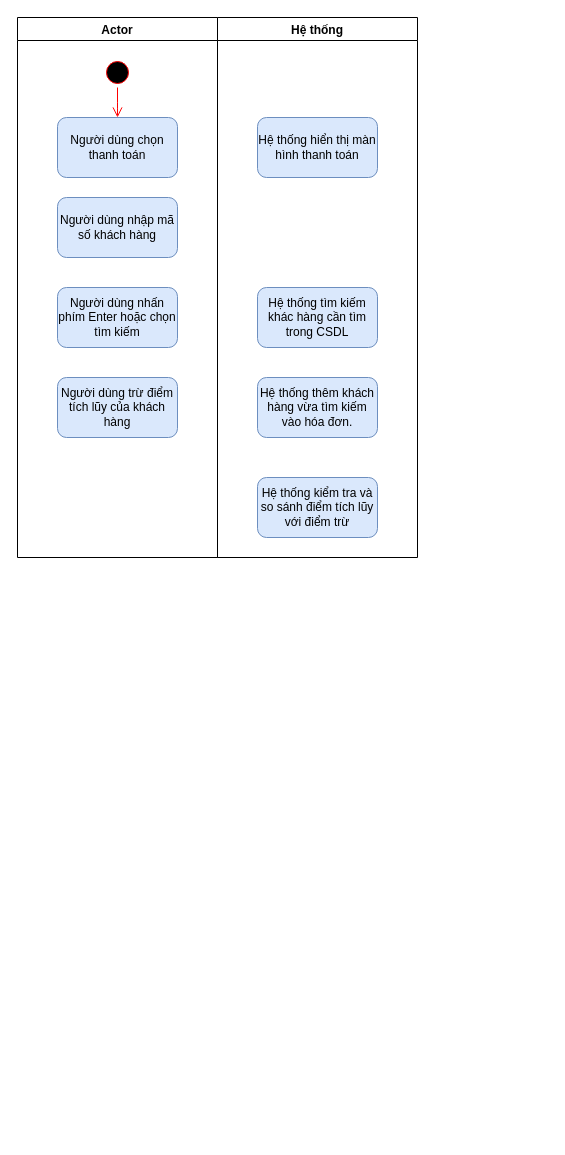
The draw.io diagram phamarcy_activity_UC015.drawio in duchoan6814/Truong-Duc-Hoan, before the edit. Source tidied: cells renumbered, new cells numbered last; positions are measured from the earlier drawing's top-left corner, leaving out a move shared by most shapes. Both pictures are drawn from the tidied source at 100%, with x=0, y=0 at pixel (17, 17).
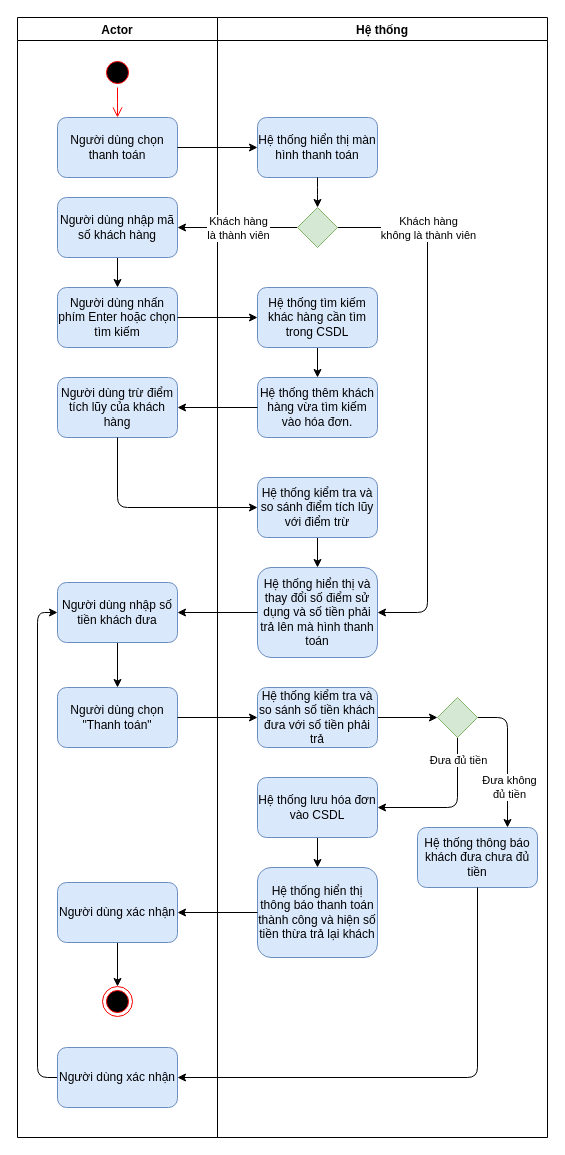
The same page after the edit.

The change refers to these unchanged cells:
```xml
<mxCell id="5" value="Người dùng chọn thanh toán" style="rounded=1;whiteSpace=wrap;html=1;fillColor=#dae8fc;strokeColor=#6c8ebf;" parent="2" vertex="1">
  <mxGeometry x="40" y="100" width="120" height="60" as="geometry" />
</mxCell>
<mxCell id="6" value="Người dùng nhập mã số khách hàng" style="rounded=1;whiteSpace=wrap;html=1;fillColor=#dae8fc;strokeColor=#6c8ebf;" parent="2" vertex="1">
  <mxGeometry x="40" y="180" width="120" height="60" as="geometry" />
</mxCell>
<mxCell id="7" value="Người dùng nhấn phím Enter hoặc chọn tìm kiếm" style="rounded=1;whiteSpace=wrap;html=1;fillColor=#dae8fc;strokeColor=#6c8ebf;" parent="2" vertex="1">
  <mxGeometry x="40" y="270" width="120" height="60" as="geometry" />
</mxCell>
<mxCell id="8" value="Người dùng trừ điểm tích lũy của khách hàng" style="rounded=1;whiteSpace=wrap;html=1;fillColor=#dae8fc;strokeColor=#6c8ebf;" parent="2" vertex="1">
  <mxGeometry x="40" y="360" width="120" height="60" as="geometry" />
</mxCell>
<mxCell id="10" value="Hệ thống hiển thị màn hình thanh toán" style="rounded=1;whiteSpace=wrap;html=1;fillColor=#dae8fc;strokeColor=#6c8ebf;" parent="9" vertex="1">
  <mxGeometry x="40" y="100" width="120" height="60" as="geometry" />
</mxCell>
<mxCell id="11" value="Hệ thống tìm kiếm khác hàng cần tìm trong CSDL" style="rounded=1;whiteSpace=wrap;html=1;fillColor=#dae8fc;strokeColor=#6c8ebf;" parent="9" vertex="1">
  <mxGeometry x="40" y="270" width="120" height="60" as="geometry" />
</mxCell>
<mxCell id="12" value="Hệ thống thêm khách hàng vừa tìm kiếm vào hóa đơn." style="rounded=1;whiteSpace=wrap;html=1;fillColor=#dae8fc;strokeColor=#6c8ebf;" parent="9" vertex="1">
  <mxGeometry x="40" y="360" width="120" height="60" as="geometry" />
</mxCell>
<mxCell id="13" value="Hệ thống kiểm tra và so sánh điểm tích lũy với điểm trừ" style="rounded=1;whiteSpace=wrap;html=1;fillColor=#dae8fc;strokeColor=#6c8ebf;" parent="9" vertex="1">
  <mxGeometry x="40" y="460" width="120" height="60" as="geometry" />
</mxCell>
```

What changed in the source:
```diff
@@
     <mxCell id="2" value="Actor" style="swimlane;" parent="1" vertex="1">
-      <mxGeometry width="200" height="540" as="geometry" />
+      <mxGeometry width="200" height="1120" as="geometry" />
     </mxCell>
@@
+    <mxCell id="14" style="edgeStyle=orthogonalEdgeStyle;rounded=0;jettySize=auto;html=1;exitX=0.5;exitY=1;exitDx=0;exitDy=0;entryX=0.5;entryY=0;entryDx=0;entryDy=0;" parent="2" edge="1" source="6" target="7">
+      <mxGeometry relative="1" as="geometry" />
+    </mxCell>
@@
+    <mxCell id="15" style="edgeStyle=orthogonalEdgeStyle;rounded=0;jettySize=auto;html=1;exitX=0.5;exitY=1;exitDx=0;exitDy=0;entryX=0.5;entryY=0;entryDx=0;entryDy=0;" parent="2" edge="1" source="16" target="17">
+      <mxGeometry relative="1" as="geometry" />
+    </mxCell>
+    <mxCell id="16" value="Người dùng nhập số tiền khách đưa" style="rounded=1;whiteSpace=wrap;html=1;fillColor=#dae8fc;strokeColor=#6c8ebf;" parent="2" vertex="1">
+      <mxGeometry x="40" y="565" width="120" height="60" as="geometry" />
+    </mxCell>
+    <mxCell id="17" value="Người dùng chọn &quot;Thanh toán&quot;" style="rounded=1;whiteSpace=wrap;html=1;fillColor=#dae8fc;strokeColor=#6c8ebf;" parent="2" vertex="1">
+      <mxGeometry x="40" y="670" width="120" height="60" as="geometry" />
+    </mxCell>
+    <mxCell id="18" style="edgeStyle=orthogonalEdgeStyle;rounded=0;jettySize=auto;html=1;exitX=0.5;exitY=1;exitDx=0;exitDy=0;entryX=0.5;entryY=0;entryDx=0;entryDy=0;" parent="2" edge="1" source="19" target="20">
+      <mxGeometry relative="1" as="geometry" />
+    </mxCell>
+    <mxCell id="19" value="Người dùng xác nhận" style="rounded=1;whiteSpace=wrap;html=1;fillColor=#dae8fc;strokeColor=#6c8ebf;" parent="2" vertex="1">
+      <mxGeometry x="40" y="865" width="120" height="60" as="geometry" />
+    </mxCell>
+    <mxCell id="20" style="ellipse;html=1;shape=endState;fillColor=#000000;strokeColor=#ff0000;" parent="2" vertex="1">
+      <mxGeometry x="85" y="969" width="30" height="30" as="geometry" />
+    </mxCell>
+    <mxCell id="21" style="edgeStyle=orthogonalEdgeStyle;rounded=1;jettySize=auto;html=1;exitX=0;exitY=0.5;exitDx=0;exitDy=0;entryX=0;entryY=0.5;entryDx=0;entryDy=0;" parent="2" edge="1" source="22" target="16">
+      <mxGeometry relative="1" as="geometry" />
+    </mxCell>
+    <mxCell id="22" value="Người dùng xác nhận" style="rounded=1;whiteSpace=wrap;html=1;fillColor=#dae8fc;strokeColor=#6c8ebf;" parent="2" vertex="1">
+      <mxGeometry x="40" y="1030" width="120" height="60" as="geometry" />
+    </mxCell>
     <mxCell id="9" value="Hệ thống" style="swimlane;" parent="1" vertex="1">
-      <mxGeometry x="200" width="200" height="540" as="geometry" />
+      <mxGeometry x="200" width="330" height="1120" as="geometry" />
     </mxCell>
@@
+    <mxCell id="23" style="edgeStyle=orthogonalEdgeStyle;rounded=0;jettySize=auto;html=1;exitX=0.5;exitY=1;exitDx=0;exitDy=0;entryX=0.5;entryY=0;entryDx=0;entryDy=0;" parent="9" edge="1" source="11" target="12">
+      <mxGeometry relative="1" as="geometry" />
+    </mxCell>
@@
+    <mxCell id="24" style="edgeStyle=orthogonalEdgeStyle;rounded=0;jettySize=auto;html=1;exitX=0.5;exitY=1;exitDx=0;exitDy=0;" parent="9" edge="1" source="13" target="25">
+      <mxGeometry relative="1" as="geometry" />
+    </mxCell>
@@
+    <mxCell id="25" value="Hệ thống hiển thị và thay đổi số điểm sử dụng và số tiền phải trả lên mà hình thanh toán" style="rounded=1;whiteSpace=wrap;html=1;fillColor=#dae8fc;strokeColor=#6c8ebf;" parent="9" vertex="1">
+      <mxGeometry x="40" y="550" width="120" height="90" as="geometry" />
+    </mxCell>
+    <mxCell id="26" style="edgeStyle=orthogonalEdgeStyle;rounded=1;jettySize=auto;html=1;exitX=1;exitY=0.5;exitDx=0;exitDy=0;entryX=0;entryY=0.5;entryDx=0;entryDy=0;" parent="9" edge="1" source="27" target="35">
+      <mxGeometry relative="1" as="geometry" />
+    </mxCell>
+    <mxCell id="27" value="Hệ thống kiểm tra và so sánh số tiền khách đưa với số tiền phải trả" style="rounded=1;whiteSpace=wrap;html=1;fillColor=#dae8fc;strokeColor=#6c8ebf;" parent="9" vertex="1">
+      <mxGeometry x="40" y="670" width="120" height="60" as="geometry" />
+    </mxCell>
+    <mxCell id="28" style="edgeStyle=orthogonalEdgeStyle;rounded=0;jettySize=auto;html=1;exitX=0.5;exitY=1;exitDx=0;exitDy=0;" parent="9" edge="1" source="29" target="30">
+      <mxGeometry relative="1" as="geometry" />
+    </mxCell>
+    <mxCell id="29" value="Hệ thống lưu hóa đơn vào CSDL" style="rounded=1;whiteSpace=wrap;html=1;fillColor=#dae8fc;strokeColor=#6c8ebf;" parent="9" vertex="1">
+      <mxGeometry x="40" y="760" width="120" height="60" as="geometry" />
+    </mxCell>
+    <mxCell id="30" value="Hệ thống hiển thị thông báo thanh toán thành công và hiện số tiền thừa trả lại khách" style="rounded=1;whiteSpace=wrap;html=1;fillColor=#dae8fc;strokeColor=#6c8ebf;" parent="9" vertex="1">
+      <mxGeometry x="40" y="850" width="120" height="90" as="geometry" />
+    </mxCell>
+    <mxCell id="31" style="edgeStyle=orthogonalEdgeStyle;rounded=1;jettySize=auto;html=1;exitX=0.5;exitY=1;exitDx=0;exitDy=0;entryX=1;entryY=0.5;entryDx=0;entryDy=0;" parent="9" edge="1" source="35" target="29">
+      <mxGeometry relative="1" as="geometry" />
+    </mxCell>
+    <mxCell id="32" value="Đưa đủ tiền" style="edgeLabel;html=1;align=center;verticalAlign=middle;" parent="31" vertex="1">
+      <mxGeometry x="-0.71" relative="1" as="geometry" />
+    </mxCell>
+    <mxCell id="33" style="edgeStyle=orthogonalEdgeStyle;rounded=1;jettySize=auto;html=1;exitX=1;exitY=0.5;exitDx=0;exitDy=0;entryX=0.75;entryY=0;entryDx=0;entryDy=0;" parent="9" edge="1" source="35" target="36">
+      <mxGeometry relative="1" as="geometry" />
+    </mxCell>
+    <mxCell id="34" value="Đưa không&lt;br&gt;đủ tiền" style="edgeLabel;html=1;align=center;verticalAlign=middle;" parent="33" vertex="1">
+      <mxGeometry x="0.41" y="1" relative="1" as="geometry" />
+    </mxCell>
+    <mxCell id="35" style="rhombus;whiteSpace=wrap;html=1;fillColor=#d5e8d4;strokeColor=#82b366;" parent="9" vertex="1">
+      <mxGeometry x="220" y="680" width="40" height="40" as="geometry" />
+    </mxCell>
+    <mxCell id="36" value="Hệ thống thông báo khách đưa chưa đủ tiền" style="rounded=1;whiteSpace=wrap;html=1;fillColor=#dae8fc;strokeColor=#6c8ebf;" parent="9" vertex="1">
+      <mxGeometry x="200" y="810" width="120" height="60" as="geometry" />
+    </mxCell>
+    <mxCell id="37" style="edgeStyle=orthogonalEdgeStyle;rounded=0;jettySize=auto;html=1;exitX=1;exitY=0.5;exitDx=0;exitDy=0;entryX=0;entryY=0.5;entryDx=0;entryDy=0;" parent="1" edge="1" source="5" target="10">
+      <mxGeometry relative="1" as="geometry" />
+    </mxCell>
+    <mxCell id="38" style="edgeStyle=orthogonalEdgeStyle;rounded=0;jettySize=auto;html=1;exitX=1;exitY=0.5;exitDx=0;exitDy=0;" parent="1" edge="1" source="7" target="11">
+      <mxGeometry relative="1" as="geometry" />
+    </mxCell>
+    <mxCell id="39" style="edgeStyle=orthogonalEdgeStyle;rounded=0;jettySize=auto;html=1;exitX=0;exitY=0.5;exitDx=0;exitDy=0;" parent="1" edge="1" source="12" target="8">
+      <mxGeometry relative="1" as="geometry" />
+    </mxCell>
+    <mxCell id="40" style="edgeStyle=orthogonalEdgeStyle;rounded=1;jettySize=auto;html=1;exitX=0.5;exitY=1;exitDx=0;exitDy=0;entryX=0;entryY=0.5;entryDx=0;entryDy=0;" parent="1" edge="1" source="8" target="13">
+      <mxGeometry relative="1" as="geometry" />
+    </mxCell>
+    <mxCell id="41" style="edgeStyle=orthogonalEdgeStyle;rounded=0;jettySize=auto;html=1;exitX=0;exitY=0.5;exitDx=0;exitDy=0;entryX=1;entryY=0.5;entryDx=0;entryDy=0;" parent="1" edge="1" source="25" target="16">
+      <mxGeometry relative="1" as="geometry" />
+    </mxCell>
+    <mxCell id="42" style="edgeStyle=orthogonalEdgeStyle;rounded=0;jettySize=auto;html=1;exitX=1;exitY=0.5;exitDx=0;exitDy=0;entryX=0;entryY=0.5;entryDx=0;entryDy=0;" parent="1" edge="1" source="17" target="27">
+      <mxGeometry relative="1" as="geometry" />
+    </mxCell>
+    <mxCell id="43" style="edgeStyle=orthogonalEdgeStyle;rounded=1;jettySize=auto;html=1;exitX=0;exitY=0.5;exitDx=0;exitDy=0;entryX=1;entryY=0.5;entryDx=0;entryDy=0;" parent="1" edge="1" source="30" target="19">
+      <mxGeometry relative="1" as="geometry" />
+    </mxCell>
+    <mxCell id="44" style="edgeStyle=orthogonalEdgeStyle;rounded=1;jettySize=auto;html=1;exitX=0;exitY=0.5;exitDx=0;exitDy=0;entryX=1;entryY=0.5;entryDx=0;entryDy=0;" parent="1" edge="1" source="48" target="6">
+      <mxGeometry relative="1" as="geometry" />
+    </mxCell>
+    <mxCell id="45" value="Khách hàng&lt;br&gt;là thành viên" style="edgeLabel;html=1;align=center;verticalAlign=middle;" parent="44" vertex="1">
+      <mxGeometry x="0.17" y="1" relative="1" as="geometry">
+        <mxPoint x="10" y="-1" as="offset" />
+      </mxGeometry>
+    </mxCell>
+    <mxCell id="46" style="edgeStyle=orthogonalEdgeStyle;rounded=1;jettySize=auto;html=1;exitX=1;exitY=0.5;exitDx=0;exitDy=0;entryX=1;entryY=0.5;entryDx=0;entryDy=0;" parent="1" edge="1" source="48" target="25">
+      <mxGeometry relative="1" as="geometry">
+        <Array as="points">
+          <mxPoint x="410" y="210" />
+          <mxPoint x="410" y="595" />
+        </Array>
+      </mxGeometry>
+    </mxCell>
+    <mxCell id="47" value="Khách hàng&lt;br&gt;không là thành viên" style="edgeLabel;html=1;align=center;verticalAlign=middle;" parent="46" vertex="1">
+      <mxGeometry x="-0.91" y="2" relative="1" as="geometry">
+        <mxPoint x="66.5" y="2" as="offset" />
+      </mxGeometry>
+    </mxCell>
+    <mxCell id="48" style="rhombus;whiteSpace=wrap;html=1;fillColor=#d5e8d4;strokeColor=#82b366;" parent="1" vertex="1">
+      <mxGeometry x="280" y="190" width="40" height="40" as="geometry" />
+    </mxCell>
+    <mxCell id="49" style="edgeStyle=orthogonalEdgeStyle;rounded=1;jettySize=auto;html=1;exitX=0.5;exitY=1;exitDx=0;exitDy=0;" parent="1" edge="1" source="10" target="48">
+      <mxGeometry relative="1" as="geometry" />
+    </mxCell>
+    <mxCell id="50" style="edgeStyle=orthogonalEdgeStyle;rounded=1;jettySize=auto;html=1;exitX=0.5;exitY=1;exitDx=0;exitDy=0;entryX=1;entryY=0.5;entryDx=0;entryDy=0;" parent="1" edge="1" source="36" target="22">
+      <mxGeometry relative="1" as="geometry" />
+    </mxCell>
```
